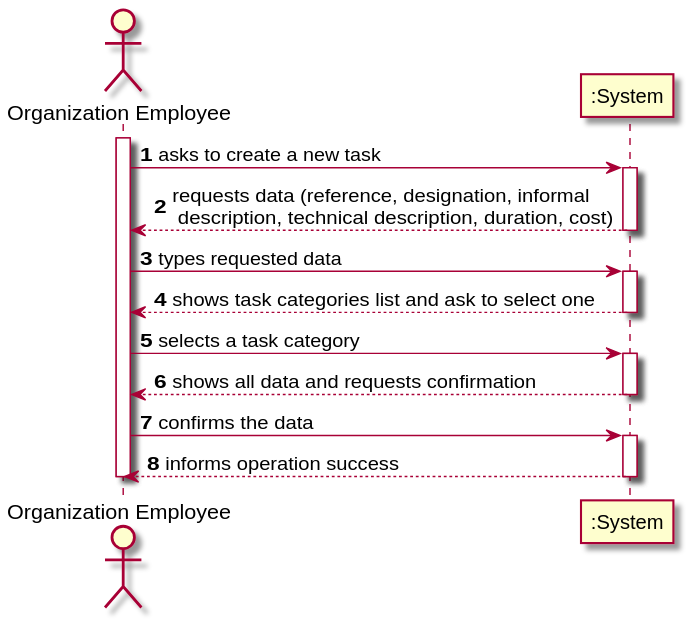
The PlantUML diagram docs/SprintC/US05/SSD/US05_SSD.svg in miseEnPlace-i/lapr2, before a commit.
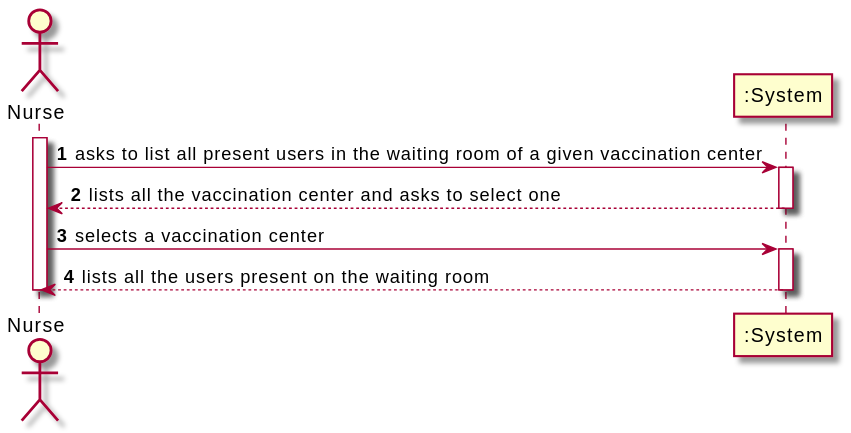
Above is the later version.

What changed in the source:
```diff
@@ -1,28 +1,18 @@
 @startuml
 autonumber
-actor "Organization Employee" as OE
+actor "Nurse" as NURSE
 
-activate OE
-OE -> ":System" : asks to create a new task
+activate NURSE
+NURSE -> ":System" : asks to list all present users in the waiting room of a given vaccination center
 activate ":System"
-":System" --> OE : requests data (reference, designation,  informal \n description, technical description, duration, cost)
+":System" --> NURSE : lists all the vaccination center and asks to select one
 deactivate ":System"
 
-OE -> ":System" : types requested data
+NURSE -> ":System" : selects a vaccination center
 activate ":System"
-":System" --> OE : shows task categories list and ask to select one
+":System" --> NURSE : lists all the users present on the waiting room
 deactivate ":System"
 
-OE -> ":System" : selects a task category
-activate ":System"
-":System" --> OE : shows all data and requests confirmation
-deactivate ":System"
-
-OE -> ":System" : confirms the data
-activate ":System"
-":System" --> OE : informs operation success
-deactivate ":System"
-
-deactivate OE
+deactivate NURSE
 
 @enduml
```
